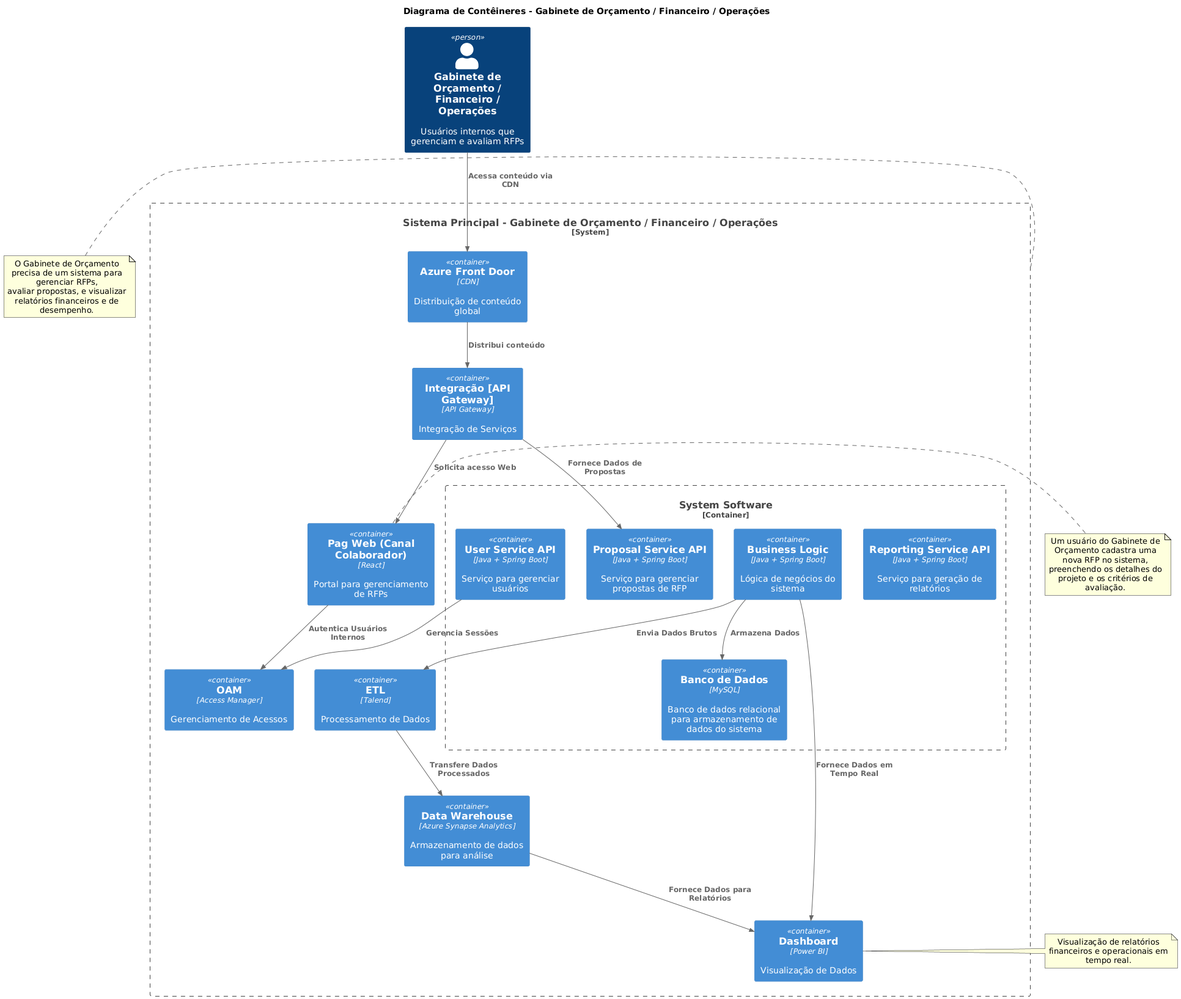
This is images/c4/container/container_colaborador.png from JohnatanSantana/fiap_design_omb, a PlantUML export, as it was before one commit.
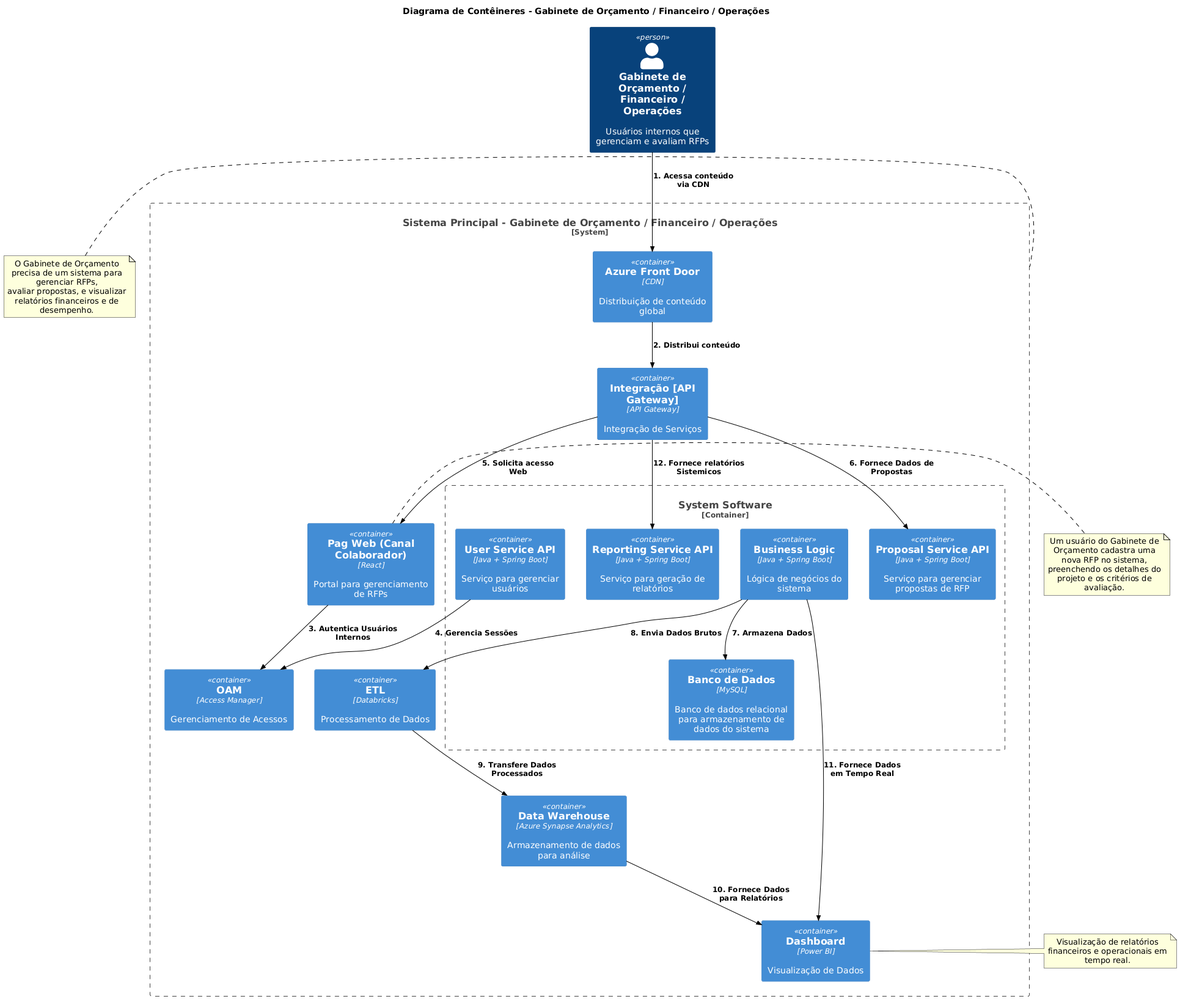
The same diagram one commit later.

Change to the diagram source:
```diff
@@ -4,6 +4,10 @@
 !define TEXT_COLOR black
 
 !include https://raw.githubusercontent.com/plantuml-stdlib/C4-PlantUML/master/C4_Container.puml
+
+skinparam ArrowColor black
+skinparam ArrowThickness 1
+skinparam DefaultFontColor black
 
 title Diagrama de Contêineres - Gabinete de Orçamento / Financeiro / Operações
 
@@ -22,21 +26,22 @@
         Container(Database, "Banco de Dados", "MySQL", "Banco de dados relacional para armazenamento de dados do sistema")
     }
     Container(Dashboard, "Dashboard", "Power BI", "Visualização de Dados")
-    Container(ETL, "ETL", "Talend", "Processamento de Dados")
+    Container(ETL, "ETL", "Databricks", "Processamento de Dados")
     Container(DataWarehouse, "Data Warehouse", "Azure Synapse Analytics", "Armazenamento de dados para análise")
 }
 
-Rel(InternalUsers, AzureFrontDoor, "Acessa conteúdo via CDN")
-Rel(AzureFrontDoor, APIIntegration1, "Distribui conteúdo")
-Rel(WebPageCollaborator, OAM, "Autentica Usuários Internos")
-Rel( UserService, OAM, "Gerencia Sessões")
-Rel(APIIntegration1, WebPageCollaborator, "Solicita acesso Web")
-Rel(APIIntegration1, ProposalService, "Fornece Dados de Propostas")
-Rel(BusinessLogic, Database, "Armazena Dados")
-Rel(BusinessLogic, ETL, "Envia Dados Brutos")
-Rel(ETL, DataWarehouse, "Transfere Dados Processados")
-Rel(DataWarehouse, Dashboard, "Fornece Dados para Relatórios")
-Rel(BusinessLogic, Dashboard, "Fornece Dados em Tempo Real")
+Rel(InternalUsers, AzureFrontDoor, "1. Acessa conteúdo via CDN")
+Rel(AzureFrontDoor, APIIntegration1, "2. Distribui conteúdo")
+Rel(WebPageCollaborator, OAM, "3. Autentica Usuários Internos")
+Rel(UserService, OAM, "4. Gerencia Sessões")
+Rel(APIIntegration1, WebPageCollaborator, "5. Solicita acesso Web")
+Rel(APIIntegration1, ProposalService, "6. Fornece Dados de Propostas")
+Rel(BusinessLogic, Database, "7. Armazena Dados")
+Rel(BusinessLogic, ETL, "8. Envia Dados Brutos")
+Rel(ETL, DataWarehouse, "9. Transfere Dados Processados")
+Rel(DataWarehouse, Dashboard, "10. Fornece Dados para Relatórios")
+Rel(BusinessLogic, Dashboard, "11. Fornece Dados em Tempo Real")
+Rel(APIIntegration1,ReportingService,"12. Fornece relatórios Sistemicos")
 
 note left of InternalSystem
     O Gabinete de Orçamento precisa de um sistema para gerenciar RFPs,
```
